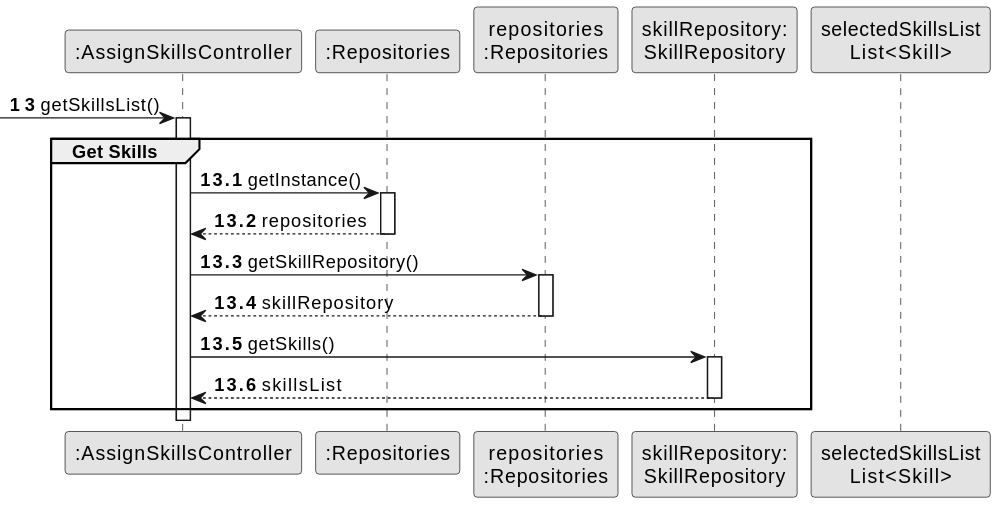
Above: docs/sprintB/us004/03.design/svg/us004-sequence-diagram-partial-get-skills.svg in Departamento-de-Engenharia-Informatica/lei-24-s2-1dm-g132 (PlantUML), before the change.
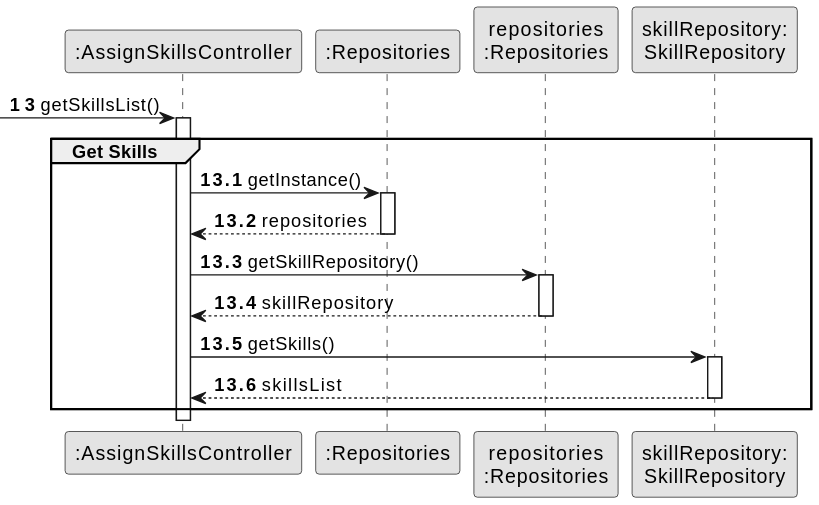
Later version of the same file.

Change to the diagram source:
```diff
@@ -7,7 +7,6 @@
 participant ":Repositories" as RepositorySingleton
 participant "repositories\n:Repositories" as PLAT
 participant "skillRepository:\nSkillRepository" as SkillRepository
-participant "selectedSkillsList\nList<Skill>" as selectedSkillsList
 
 autonumber 13
 -> CTRL : getSkillsList()
```
